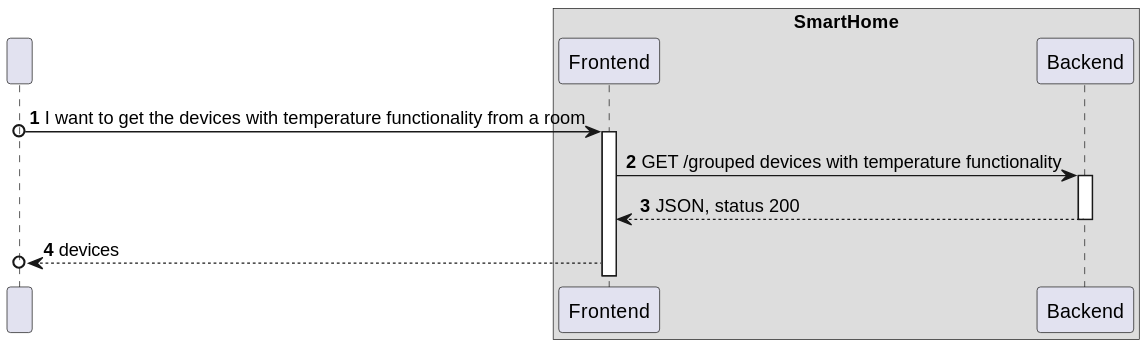
This is docs/C4_4plus1_models/Level2/ProcessView/ProcessViewLevel2_UC12_v1.svg from moutajDev/smarthome, a PlantUML export, as it was before one commit. Source of this version:
```plantuml
@startuml

!pragma layout smetana

autonumber

participant " " as HTTP

box "SmartHome"
    participant "Frontend" as FE
    participant "Backend" as BE

end box
HTTP o-> FE: I want to get the devices with temperature functionality from a room
activate FE

FE -> BE : GET /grouped devices with temperature functionality
activate BE

BE --> FE : JSON, status 200
deactivate BE

FE -->o HTTP : devices
@enduml
```
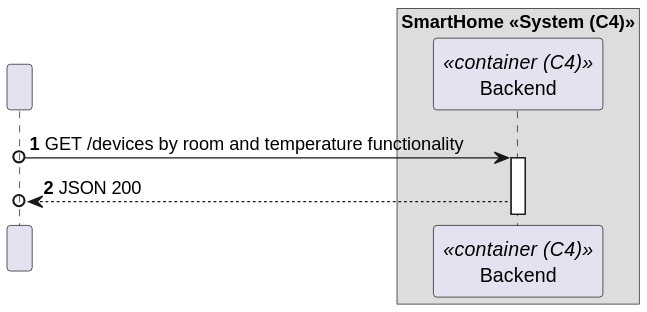
Above is the later version.

What changed in the source:
```diff
@@ -6,19 +6,12 @@
 
 participant " " as HTTP
 
-box "SmartHome"
-    participant "Frontend" as FE
-    participant "Backend" as BE
+box "SmartHome <<System (C4)>>"
+    participant "Backend" as BE<<container (C4)>>
 
 end box
-HTTP o-> FE: I want to get the devices with temperature functionality from a room
-activate FE
-
-FE -> BE : GET /grouped devices with temperature functionality
+HTTP o-> BE: GET /devices by room and temperature functionality
 activate BE
 
-BE --> FE : JSON, status 200
-deactivate BE
-
-FE -->o HTTP : devices
+BE -->o HTTP: JSON 200
 @enduml
```
